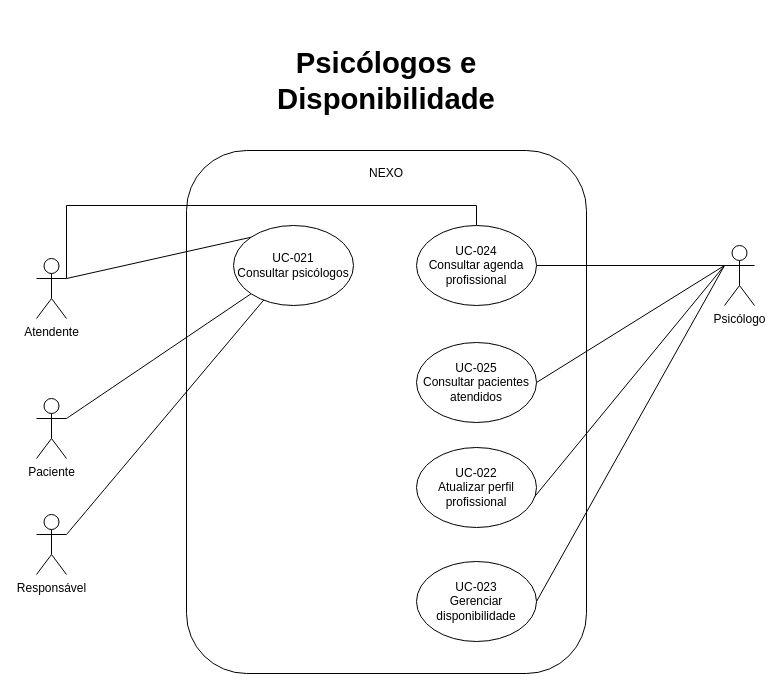
Earlier version of the draw.io diagram page "Página-4" (4 of 10) of diagramas/casos-de-uso/diagramas-casos-de-uso.drawio (devcaline/nexo-modelagem). Source tidied: cells renumbered, new cells numbered last; positions are measured from the earlier drawing's top-left corner, leaving out a move shared by most shapes. Both pictures are drawn from the tidied source at 100%, with x=0, y=0 at pixel (36, 66).
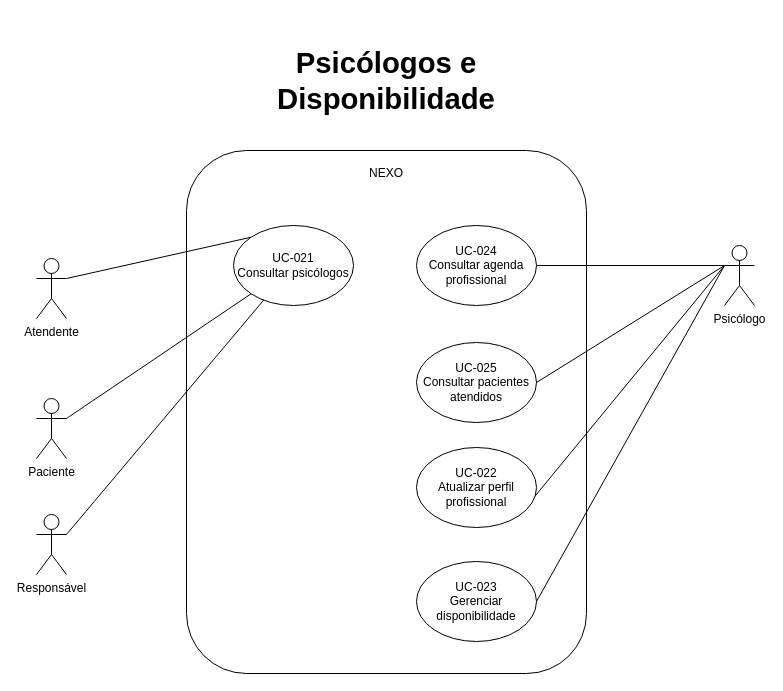
The same page after the edit.

The change refers to these unchanged cells:
```xml
<mxCell id="10" value="Atendente" style="shape=umlActor;verticalLabelPosition=bottom;verticalAlign=top;html=1;outlineConnect=0;" parent="1" vertex="1">
  <mxGeometry y="192" width="30" height="60" as="geometry" />
</mxCell>
<mxCell id="17" value="UC-024&lt;br&gt;Consultar agenda profissional" style="ellipse;whiteSpace=wrap;html=1;shapeInside=1;" parent="1" vertex="1">
  <mxGeometry x="380" y="159" width="120" height="80" as="geometry" />
</mxCell>
```

What changed in the source:
```diff
@@
-    <mxCell id="8" style="edgeStyle=orthogonalEdgeStyle;rounded=0;jettySize=auto;html=1;exitX=1;exitY=0.3333333333333333;exitDx=0;exitDy=0;exitPerimeter=0;entryX=0.5;entryY=0;entryDx=0;entryDy=0;fontSize=12;startSize=8;endSize=8;endArrow=none;endFill=0;" parent="1" edge="1" source="10" target="17">
-      <mxGeometry relative="1" as="geometry">
-        <Array as="points">
-          <mxPoint x="30" y="139" />
-          <mxPoint x="440" y="139" />
-        </Array>
-      </mxGeometry>
-    </mxCell>
```
